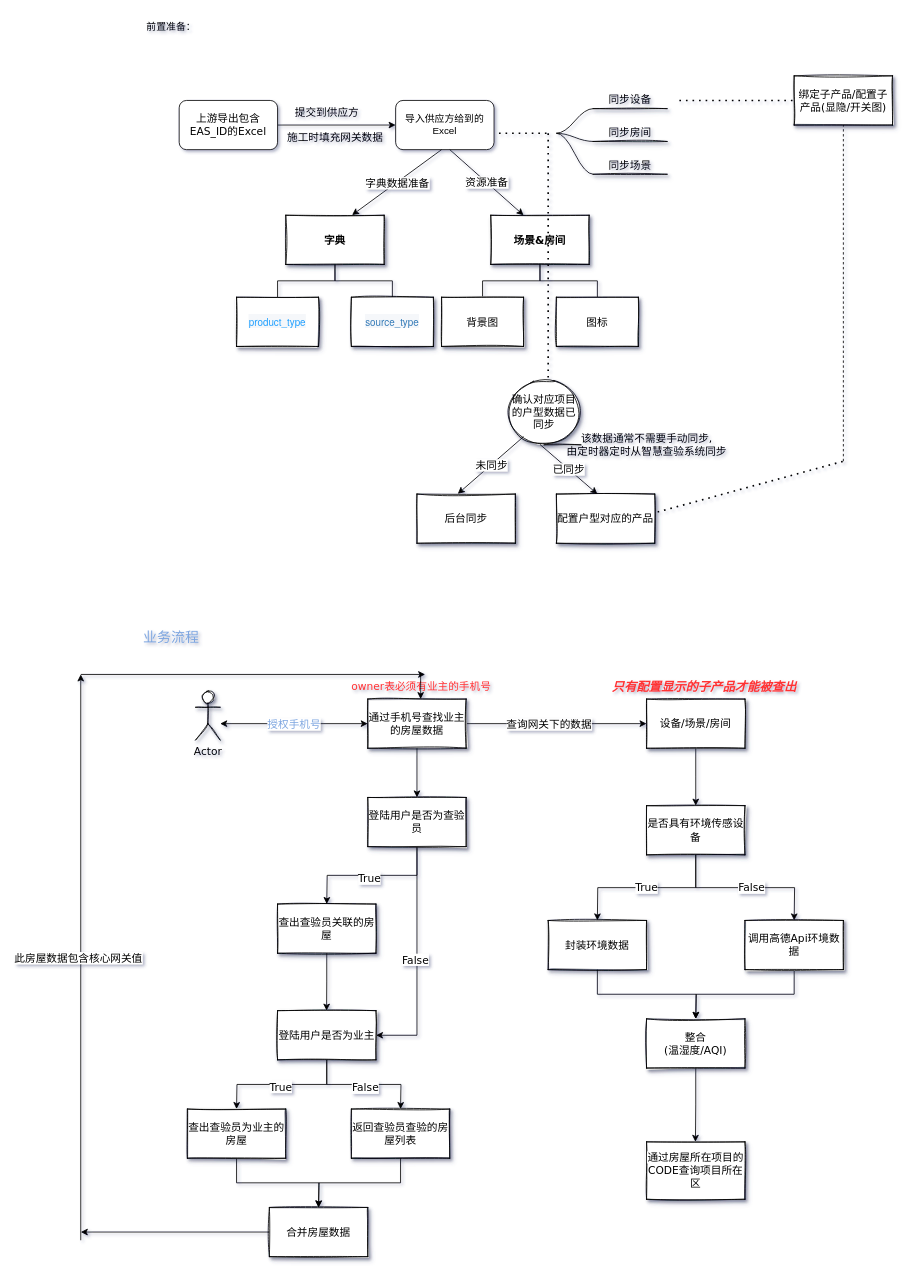
Navven/Img keeps this draw.io diagram as page "第 1 页" (1 of 2) of flowChat.drawio. Above is the earlier version. Source tidied: cells renumbered, new cells numbered last; positions are measured from the earlier drawing's top-left corner, leaving out a move shared by most shapes. Both pictures are drawn from the tidied source at 82%, with x=0, y=0 at pixel (80, 14).
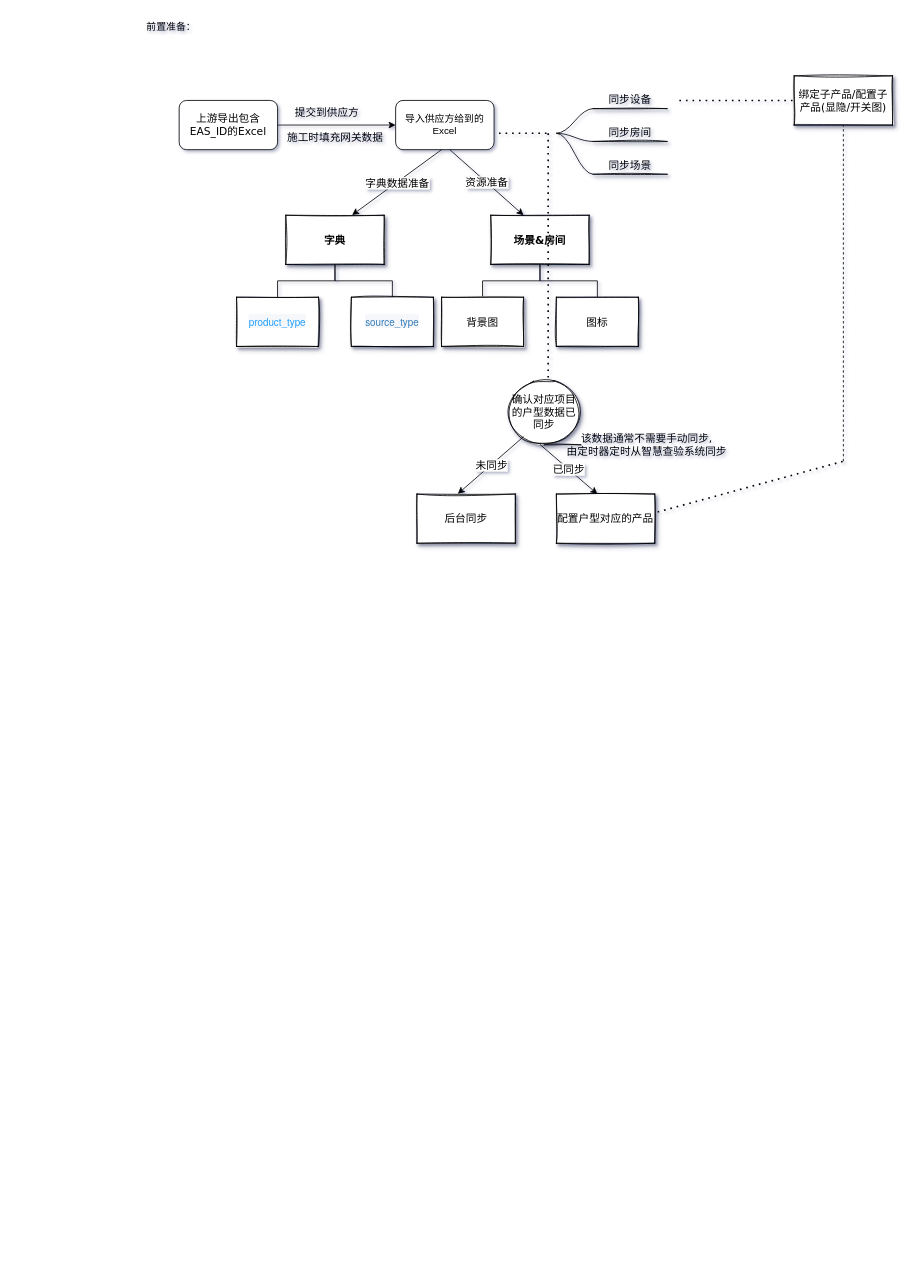
Above is the later version.

The edit, as a diff of the source:
```diff
@@
-    <mxCell id="42" value="Actor" style="shape=umlActor;verticalLabelPosition=bottom;verticalAlign=top;html=1;shadow=1;sketch=1;strokeColor=default;strokeWidth=1;fontFamily=Verdana;fontSize=13;" parent="1" vertex="1">
-      <mxGeometry x="140" y="825" width="30" height="60" as="geometry" />
-    </mxCell>
-    <mxCell id="43" style="endArrow=classic;startArrow=classic;html=1;rounded=0;fontFamily=Verdana;fontSize=13;entryX=0;entryY=0.5;entryDx=0;entryDy=0;" parent="1" edge="1" target="48">
-      <mxGeometry relative="1" as="geometry">
-        <mxPoint x="170" y="865" as="sourcePoint" />
-      </mxGeometry>
-    </mxCell>
-    <mxCell id="44" value="授权手机号" style="edgeLabel;html=1;align=center;verticalAlign=middle;fontSize=13;fontFamily=Verdana;fontColor=#7EA6E0;" parent="43" vertex="1">
-      <mxGeometry y="-1" relative="1" as="geometry">
-        <mxPoint x="-1" y="-1" as="offset" />
-      </mxGeometry>
-    </mxCell>
-    <mxCell id="45" style="edgeStyle=orthogonalEdgeStyle;rounded=0;jettySize=auto;html=1;exitX=0.5;exitY=1;exitDx=0;exitDy=0;fontFamily=Verdana;fontSize=13;fontColor=#7EA6E0;entryX=0.5;entryY=0;entryDx=0;entryDy=0;" parent="1" edge="1" source="48" target="55">
-      <mxGeometry relative="1" as="geometry" />
-    </mxCell>
-    <mxCell id="46" style="edgeStyle=orthogonalEdgeStyle;rounded=0;jettySize=auto;html=1;exitX=1;exitY=0.5;exitDx=0;exitDy=0;entryX=0;entryY=0.5;entryDx=0;entryDy=0;fontFamily=Verdana;fontSize=13;fontColor=#000000;" parent="1" edge="1" source="48" target="74">
-      <mxGeometry relative="1" as="geometry" />
-    </mxCell>
-    <mxCell id="47" value="查询网关下的数据" style="edgeLabel;html=1;align=center;verticalAlign=middle;fontSize=13;fontFamily=Verdana;fontColor=#000000;" parent="46" vertex="1">
-      <mxGeometry x="-0.09" relative="1" as="geometry" />
-    </mxCell>
-    <mxCell id="48" value="通过手机号查找业主的房屋数据" style="rounded=0;whiteSpace=wrap;html=1;shadow=1;sketch=1;strokeColor=default;strokeWidth=1;fontFamily=Verdana;fontSize=13;" parent="1" vertex="1">
-      <mxGeometry x="350" y="835" width="120" height="60" as="geometry" />
-    </mxCell>
-    <mxCell id="49" value="&lt;font style=&quot;font-size: 17px;&quot; color=&quot;#7ea6e0&quot;&gt;业务流程&lt;/font&gt;" style="text;html=1;align=center;verticalAlign=middle;strokeColor=none;fillColor=none;fontSize=13;fontFamily=Verdana;fontColor=#FF3333;" parent="1" vertex="1">
-      <mxGeometry x="65" y="745" width="90" height="30" as="geometry" />
-    </mxCell>
-    <mxCell id="50" value="&lt;span style=&quot;color: rgb(255, 51, 51);&quot;&gt;owner表必须有业主的手机号&lt;/span&gt;" style="text;html=1;align=center;verticalAlign=middle;strokeColor=none;fillColor=none;fontSize=13;fontFamily=Verdana;fontColor=#7EA6E0;" parent="1" vertex="1">
-      <mxGeometry x="320" y="805" width="190" height="30" as="geometry" />
-    </mxCell>
-    <mxCell id="51" style="edgeStyle=orthogonalEdgeStyle;rounded=0;jettySize=auto;html=1;exitX=0.5;exitY=1;exitDx=0;exitDy=0;fontFamily=Verdana;fontSize=13;fontColor=#000000;" parent="1" edge="1" source="55">
-      <mxGeometry relative="1" as="geometry">
-        <mxPoint x="300" y="1085" as="targetPoint" />
-      </mxGeometry>
-    </mxCell>
-    <mxCell id="52" value="True" style="edgeLabel;html=1;align=center;verticalAlign=middle;fontSize=13;fontFamily=Verdana;fontColor=#000000;" parent="51" vertex="1">
-      <mxGeometry x="0.06" y="3" relative="1" as="geometry">
-        <mxPoint x="1" as="offset" />
-      </mxGeometry>
-    </mxCell>
-    <mxCell id="53" style="edgeStyle=orthogonalEdgeStyle;rounded=0;jettySize=auto;html=1;exitX=0.5;exitY=1;exitDx=0;exitDy=0;fontFamily=Verdana;fontSize=13;fontColor=#000000;entryX=1;entryY=0.5;entryDx=0;entryDy=0;" parent="1" edge="1" source="55" target="62">
-      <mxGeometry relative="1" as="geometry" />
-    </mxCell>
-    <mxCell id="54" value="False" style="edgeLabel;html=1;align=center;verticalAlign=middle;fontSize=13;fontFamily=Verdana;fontColor=#000000;" parent="53" vertex="1">
-      <mxGeometry x="-0.02" y="-3" relative="1" as="geometry" />
-    </mxCell>
-    <mxCell id="55" value="&lt;font color=&quot;#000000&quot;&gt;登陆用户是否为查验员&lt;/font&gt;" style="rounded=0;whiteSpace=wrap;html=1;shadow=1;sketch=1;strokeColor=default;strokeWidth=1;fontFamily=Verdana;fontSize=13;fontColor=#7EA6E0;" parent="1" vertex="1">
-      <mxGeometry x="350" y="955" width="120" height="60" as="geometry" />
-    </mxCell>
-    <mxCell id="56" style="edgeStyle=orthogonalEdgeStyle;rounded=0;jettySize=auto;html=1;exitX=0.5;exitY=1;exitDx=0;exitDy=0;fontFamily=Verdana;fontSize=13;fontColor=#000000;" parent="1" edge="1" source="57">
-      <mxGeometry relative="1" as="geometry">
-        <mxPoint x="299.8" y="1215" as="targetPoint" />
-      </mxGeometry>
-    </mxCell>
-    <mxCell id="57" value="查出查验员关联的房屋" style="rounded=0;whiteSpace=wrap;html=1;shadow=1;sketch=1;strokeColor=default;strokeWidth=1;fontFamily=Verdana;fontSize=13;fontColor=#000000;" parent="1" vertex="1">
-      <mxGeometry x="240" y="1085" width="120" height="60" as="geometry" />
-    </mxCell>
-    <mxCell id="58" style="edgeStyle=orthogonalEdgeStyle;rounded=0;jettySize=auto;html=1;exitX=0.5;exitY=1;exitDx=0;exitDy=0;fontFamily=Verdana;fontSize=13;fontColor=#000000;" parent="1" edge="1" source="62">
-      <mxGeometry relative="1" as="geometry">
-        <mxPoint x="190" y="1335" as="targetPoint" />
-      </mxGeometry>
-    </mxCell>
-    <mxCell id="59" value="True" style="edgeLabel;html=1;align=center;verticalAlign=middle;fontSize=13;fontFamily=Verdana;fontColor=#000000;" parent="58" vertex="1">
-      <mxGeometry x="0.03" y="2" relative="1" as="geometry" />
-    </mxCell>
-    <mxCell id="60" style="edgeStyle=orthogonalEdgeStyle;rounded=0;jettySize=auto;html=1;exitX=0.5;exitY=1;exitDx=0;exitDy=0;fontFamily=Verdana;fontSize=13;fontColor=#000000;" parent="1" edge="1" source="62">
-      <mxGeometry relative="1" as="geometry">
-        <mxPoint x="390" y="1335" as="targetPoint" />
-      </mxGeometry>
-    </mxCell>
-    <mxCell id="61" value="False" style="edgeLabel;html=1;align=center;verticalAlign=middle;fontSize=13;fontFamily=Verdana;fontColor=#000000;" parent="60" vertex="1">
-      <mxGeometry x="0.01" y="-3" relative="1" as="geometry" />
-    </mxCell>
-    <mxCell id="62" value="登陆用户是否为业主" style="rounded=0;whiteSpace=wrap;html=1;shadow=1;sketch=1;strokeColor=default;strokeWidth=1;fontFamily=Verdana;fontSize=13;fontColor=#000000;" parent="1" vertex="1">
-      <mxGeometry x="240" y="1215" width="120" height="60" as="geometry" />
-    </mxCell>
-    <mxCell id="63" style="edgeStyle=orthogonalEdgeStyle;rounded=0;jettySize=auto;html=1;exitX=0.5;exitY=1;exitDx=0;exitDy=0;fontFamily=Verdana;fontSize=13;fontColor=#000000;" parent="1" edge="1" source="64">
-      <mxGeometry relative="1" as="geometry">
-        <mxPoint x="290" y="1455" as="targetPoint" />
-      </mxGeometry>
-    </mxCell>
-    <mxCell id="64" value="查出查验员为业主的房屋" style="rounded=0;whiteSpace=wrap;html=1;shadow=1;sketch=1;strokeColor=default;strokeWidth=1;fontFamily=Verdana;fontSize=13;fontColor=#000000;" parent="1" vertex="1">
-      <mxGeometry x="130" y="1335" width="120" height="60" as="geometry" />
-    </mxCell>
-    <mxCell id="65" style="edgeStyle=orthogonalEdgeStyle;rounded=0;jettySize=auto;html=1;exitX=0.5;exitY=1;exitDx=0;exitDy=0;fontFamily=Verdana;fontSize=13;fontColor=#000000;" parent="1" edge="1" source="66">
-      <mxGeometry relative="1" as="geometry">
-        <mxPoint x="290" y="1455" as="targetPoint" />
-      </mxGeometry>
-    </mxCell>
-    <mxCell id="66" value="返回查验员查验的房屋列表" style="rounded=0;whiteSpace=wrap;html=1;shadow=1;sketch=1;strokeColor=default;strokeWidth=1;fontFamily=Verdana;fontSize=13;fontColor=#000000;" parent="1" vertex="1">
-      <mxGeometry x="330" y="1335" width="120" height="60" as="geometry" />
-    </mxCell>
-    <mxCell id="67" value="合并房屋数据" style="rounded=0;whiteSpace=wrap;html=1;shadow=1;sketch=1;strokeColor=default;strokeWidth=1;fontFamily=Verdana;fontSize=13;fontColor=#000000;" parent="1" vertex="1">
-      <mxGeometry x="230" y="1455" width="120" height="60" as="geometry" />
-    </mxCell>
-    <mxCell id="68" style="endArrow=classic;html=1;rounded=0;fontFamily=Verdana;fontSize=13;fontColor=#000000;" parent="1" edge="1">
-      <mxGeometry relative="1" as="geometry">
-        <mxPoint x="230" y="1485" as="sourcePoint" />
-        <mxPoint y="1485" as="targetPoint" />
-      </mxGeometry>
-    </mxCell>
-    <mxCell id="69" style="endArrow=classic;html=1;rounded=0;fontFamily=Verdana;fontSize=13;fontColor=#000000;" parent="1" edge="1">
-      <mxGeometry relative="1" as="geometry">
-        <mxPoint y="1495" as="sourcePoint" />
-        <mxPoint y="805" as="targetPoint" />
-      </mxGeometry>
-    </mxCell>
-    <mxCell id="70" value="此房屋数据包含核心网关值" style="edgeLabel;html=1;align=center;verticalAlign=middle;fontSize=13;fontFamily=Verdana;fontColor=#000000;" parent="69" vertex="1">
-      <mxGeometry y="4" relative="1" as="geometry" />
-    </mxCell>
-    <mxCell id="71" style="endArrow=classic;html=1;rounded=0;fontFamily=Verdana;fontSize=13;fontColor=#000000;" parent="1" edge="1">
-      <mxGeometry relative="1" as="geometry">
-        <mxPoint y="805" as="sourcePoint" />
-        <mxPoint x="420" y="805" as="targetPoint" />
-      </mxGeometry>
-    </mxCell>
-    <mxCell id="72" style="endArrow=classic;html=1;rounded=0;fontFamily=Verdana;fontSize=13;fontColor=#000000;" parent="1" edge="1">
-      <mxGeometry relative="1" as="geometry">
-        <mxPoint x="414.5" y="805" as="sourcePoint" />
-        <mxPoint x="414.5" y="835" as="targetPoint" />
-      </mxGeometry>
-    </mxCell>
-    <mxCell id="73" style="edgeStyle=orthogonalEdgeStyle;rounded=0;jettySize=auto;html=1;exitX=0.5;exitY=1;exitDx=0;exitDy=0;fontFamily=Verdana;fontSize=13;fontColor=#000000;" parent="1" edge="1" source="74">
-      <mxGeometry relative="1" as="geometry">
-        <mxPoint x="750" y="965" as="targetPoint" />
-      </mxGeometry>
-    </mxCell>
-    <mxCell id="74" value="&lt;span style=&quot;background-color: rgb(255, 255, 255);&quot;&gt;设备/场景/房间&lt;/span&gt;" style="rounded=0;whiteSpace=wrap;html=1;shadow=1;sketch=1;strokeColor=default;strokeWidth=1;fontFamily=Verdana;fontSize=13;fontColor=#000000;" parent="1" vertex="1">
-      <mxGeometry x="690" y="835" width="120" height="60" as="geometry" />
-    </mxCell>
-    <mxCell id="75" value="True" style="edgeStyle=orthogonalEdgeStyle;rounded=0;jettySize=auto;html=1;exitX=0.5;exitY=1;exitDx=0;exitDy=0;fontFamily=Verdana;fontSize=13;fontColor=#000000;" parent="1" edge="1" source="78">
-      <mxGeometry relative="1" as="geometry">
-        <mxPoint x="630" y="1105" as="targetPoint" />
-      </mxGeometry>
-    </mxCell>
-    <mxCell id="76" style="edgeStyle=orthogonalEdgeStyle;rounded=0;jettySize=auto;html=1;exitX=0.5;exitY=1;exitDx=0;exitDy=0;fontFamily=Verdana;fontSize=13;fontColor=#000000;" parent="1" edge="1" source="78">
-      <mxGeometry relative="1" as="geometry">
-        <mxPoint x="870" y="1105" as="targetPoint" />
-      </mxGeometry>
-    </mxCell>
-    <mxCell id="77" value="False" style="edgeLabel;html=1;align=center;verticalAlign=middle;fontSize=13;fontFamily=Verdana;fontColor=#000000;" parent="76" vertex="1">
-      <mxGeometry x="0.07" y="1" relative="1" as="geometry" />
-    </mxCell>
-    <mxCell id="78" value="是否具有环境传感设备" style="rounded=0;whiteSpace=wrap;html=1;shadow=1;sketch=1;strokeColor=default;strokeWidth=1;fontFamily=Verdana;fontSize=13;fontColor=#000000;" parent="1" vertex="1">
-      <mxGeometry x="690" y="965" width="120" height="60" as="geometry" />
-    </mxCell>
-    <mxCell id="79" style="edgeStyle=orthogonalEdgeStyle;rounded=0;jettySize=auto;html=1;exitX=0.5;exitY=1;exitDx=0;exitDy=0;fontFamily=Verdana;fontSize=13;fontColor=#000000;" parent="1" edge="1" source="80">
-      <mxGeometry relative="1" as="geometry">
-        <mxPoint x="750" y="1225" as="targetPoint" />
-      </mxGeometry>
-    </mxCell>
-    <mxCell id="80" value="封装环境数据" style="rounded=0;whiteSpace=wrap;html=1;shadow=1;sketch=1;strokeColor=default;strokeWidth=1;fontFamily=Verdana;fontSize=13;fontColor=#000000;" parent="1" vertex="1">
-      <mxGeometry x="570" y="1105" width="120" height="60" as="geometry" />
-    </mxCell>
-    <mxCell id="81" style="edgeStyle=orthogonalEdgeStyle;rounded=0;jettySize=auto;html=1;exitX=0.5;exitY=1;exitDx=0;exitDy=0;fontFamily=Verdana;fontSize=13;fontColor=#000000;" parent="1" edge="1" source="82">
-      <mxGeometry relative="1" as="geometry">
-        <mxPoint x="750" y="1225" as="targetPoint" />
-      </mxGeometry>
-    </mxCell>
-    <mxCell id="82" value="调用高德Api环境数据" style="rounded=0;whiteSpace=wrap;html=1;shadow=1;sketch=1;strokeColor=default;strokeWidth=1;fontFamily=Verdana;fontSize=13;fontColor=#000000;" parent="1" vertex="1">
-      <mxGeometry x="810" y="1105" width="120" height="60" as="geometry" />
-    </mxCell>
-    <mxCell id="83" style="edgeStyle=orthogonalEdgeStyle;rounded=0;jettySize=auto;html=1;exitX=0.5;exitY=1;exitDx=0;exitDy=0;fontFamily=Verdana;fontSize=13;fontColor=#000000;" parent="1" edge="1" source="84">
-      <mxGeometry relative="1" as="geometry">
-        <mxPoint x="749.6" y="1375" as="targetPoint" />
-      </mxGeometry>
-    </mxCell>
-    <mxCell id="84" value="整合&lt;br&gt;(温湿度/AQI)" style="rounded=0;whiteSpace=wrap;html=1;shadow=1;sketch=1;strokeColor=default;strokeWidth=1;fontFamily=Verdana;fontSize=13;fontColor=#000000;" parent="1" vertex="1">
-      <mxGeometry x="690" y="1225" width="120" height="60" as="geometry" />
-    </mxCell>
-    <mxCell id="85" value="&lt;span style=&quot;background-color: rgb(255, 255, 255);&quot;&gt;通过房屋所在项目的CODE查询项目所在区&lt;/span&gt;" style="rounded=0;whiteSpace=wrap;html=1;shadow=1;sketch=1;strokeColor=default;strokeWidth=1;fontFamily=Verdana;fontSize=13;fontColor=#000000;" parent="1" vertex="1">
-      <mxGeometry x="690" y="1375" width="120" height="70" as="geometry" />
-    </mxCell>
-    <mxCell id="86" value="&lt;font size=&quot;1&quot; color=&quot;#ff3333&quot;&gt;&lt;b&gt;&lt;i style=&quot;font-size: 15px;&quot;&gt;只有配置显示的子产品才能被查出&lt;/i&gt;&lt;/b&gt;&lt;/font&gt;" style="text;html=1;align=center;verticalAlign=middle;strokeColor=none;fillColor=none;fontSize=13;fontFamily=Verdana;fontColor=#000000;" parent="1" vertex="1">
-      <mxGeometry x="635" y="805" width="250" height="30" as="geometry" />
-    </mxCell>
```
